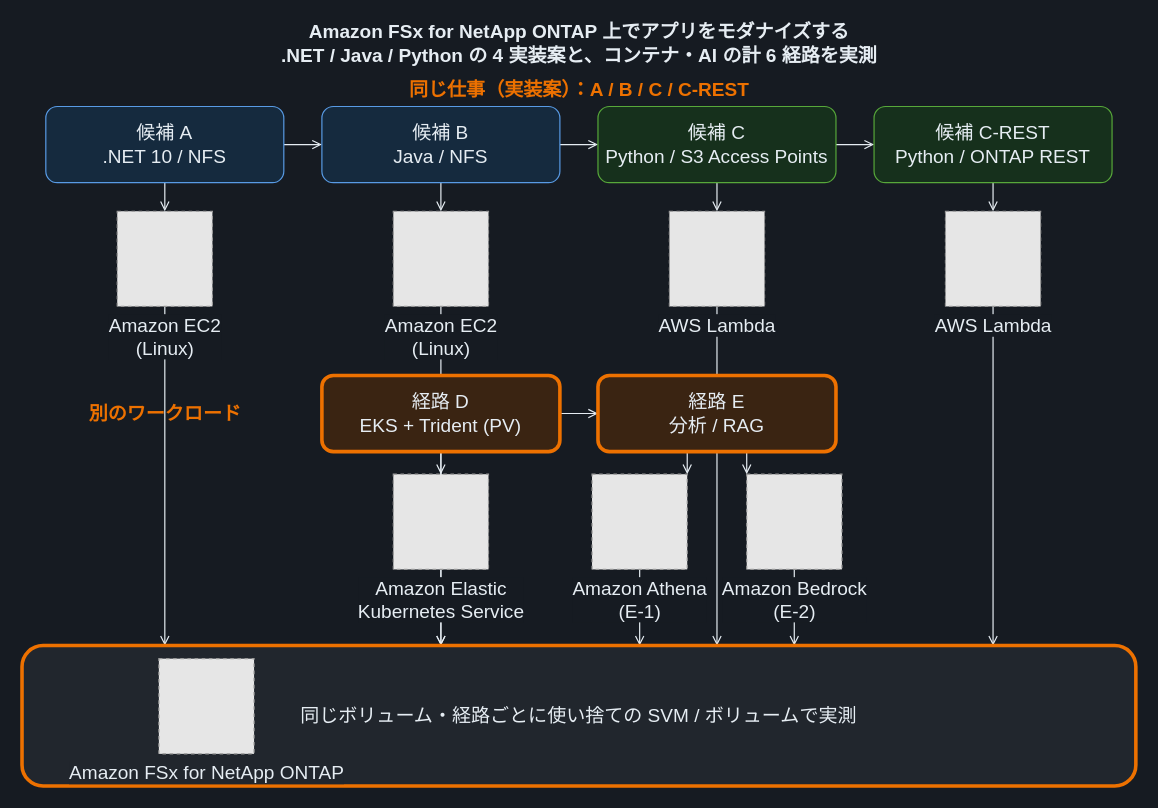
Before: docs/_assets/diagrams/cover-appmod-runtime-dark.drawio in Yoshiki0705/FSx-for-ONTAP-App-Modernization-Patterns, a draw.io diagram. Source tidied: cells renumbered, new cells numbered last; positions are measured from the earlier drawing's top-left corner, leaving out a move shared by most shapes. Both pictures are drawn from the tidied source at 119%, with x=0, y=0 at pixel (21, 23). Pictures stored in the file or linked from it are replaced by grey dashed boxes.
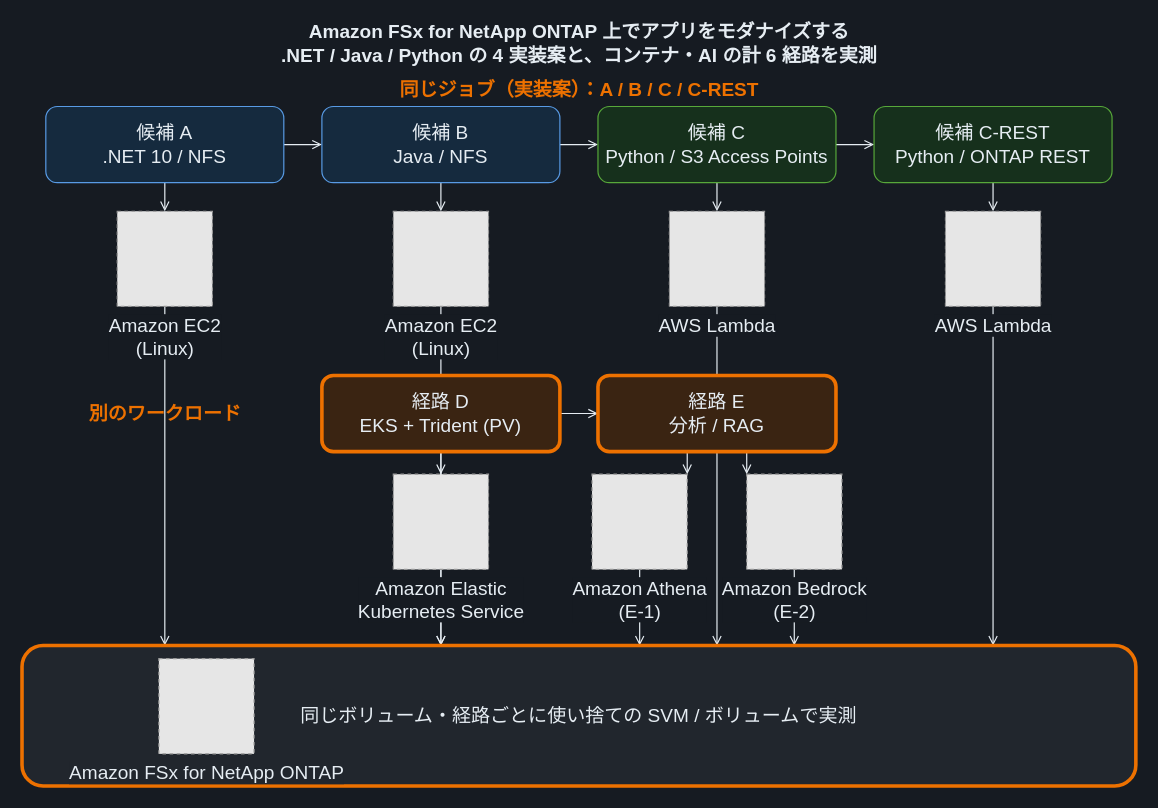
The same diagram, later.

Commit message (it also covers changes not shown here):
docs: relabel cover section to ジョブ in the JA figure (#87)

Change to the diagram source:
```diff
@@
-    <mxCell id="21" value="同じ仕事（実装案）：A / B / C / C-REST" style="text;html=1;align=center;verticalAlign=middle;fontSize=16;fontStyle=1;fontColor=#ED7100;" parent="1" vertex="1">
+    <mxCell id="21" value="同じジョブ（実装案）：A / B / C / C-REST" style="text;html=1;align=center;verticalAlign=middle;fontSize=16;fontStyle=1;fontColor=#ED7100;" parent="1" vertex="1">
       <mxGeometry x="236" y="44" width="464" height="24" as="geometry" />
     </mxCell>
```
